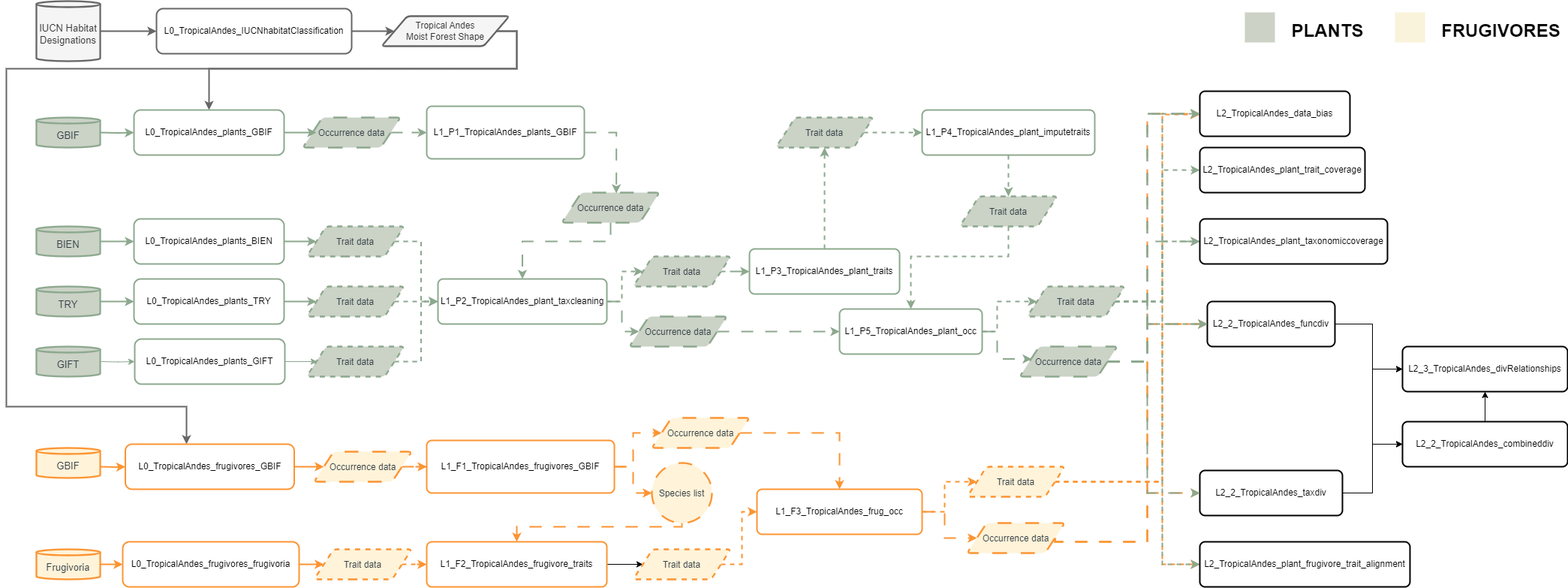
The draw.io diagram Workflow_diversity_plants_frugivores.drawio.png in bioXgeo/neotropical_plants, before a commit. Source tidied: cells renumbered, new cells last; positions are measured from the earlier drawing's top-left corner, leaving out a move shared by most shapes.
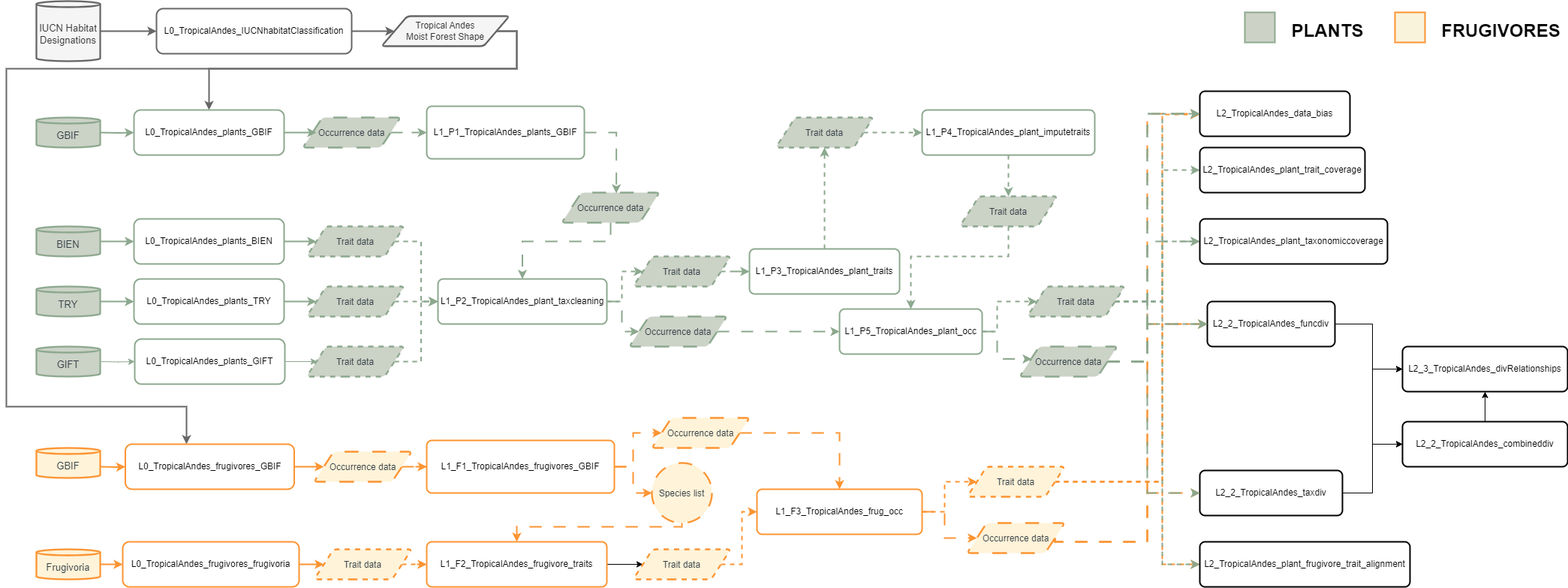
Above is the later version.

Diff of the diagram source:
```diff
@@ -2,10 +2,10 @@
   <root>
     <mxCell id="0" />
     <mxCell id="1" parent="0" />
-    <mxCell id="2" style="rounded=0;whiteSpace=wrap;html=1;fillColor=#faf3db;strokeColor=none;rotation=90;" parent="1" vertex="1">
+    <mxCell id="2" style="rounded=0;whiteSpace=wrap;html=1;fillColor=#faf3db;strokeColor=#FC9432;rotation=90;strokeWidth=2;" parent="1" vertex="1">
       <mxGeometry x="1850" y="15" width="40" height="40" as="geometry" />
     </mxCell>
-    <mxCell id="3" style="rounded=0;whiteSpace=wrap;html=1;fillColor=#cdd2c7;strokeColor=none;" parent="1" vertex="1">
+    <mxCell id="3" style="rounded=0;whiteSpace=wrap;html=1;fillColor=#cdd2c7;strokeColor=#8CA88E;strokeWidth=2;" parent="1" vertex="1">
       <mxGeometry x="1650" y="15" width="40" height="40" as="geometry" />
     </mxCell>
     <mxCell id="4" style="edgeStyle=orthogonalEdgeStyle;rounded=0;jettySize=auto;html=1;strokeWidth=2;strokeColor=#FC9432;" parent="1" edge="1" source="5" target="99">
```
